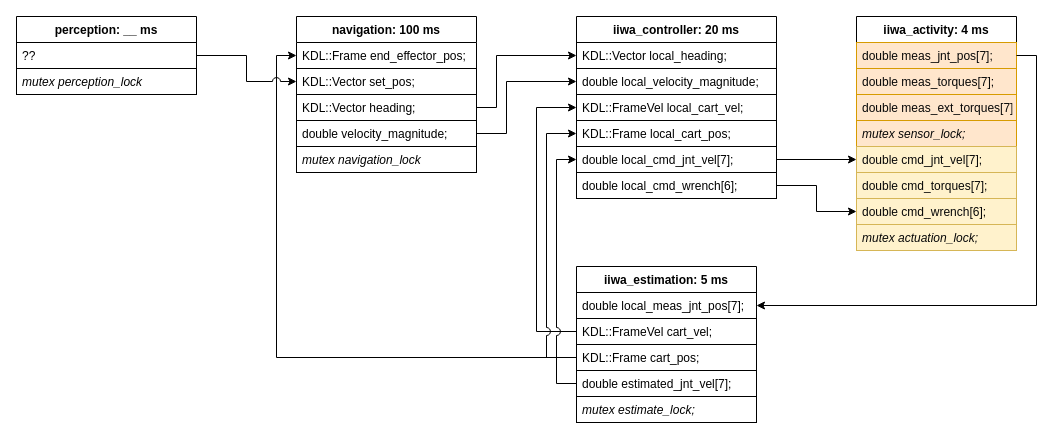
This is docs/activity_architecture.drawio from denizsoysal/ARCS, a draw.io file, before an edit. Source tidied: cells renumbered, new cells numbered last; positions are measured from the earlier drawing's top-left corner, leaving out a move shared by most shapes. Both pictures are drawn from the tidied source at 100%, with x=0, y=0 at pixel (16, 16).
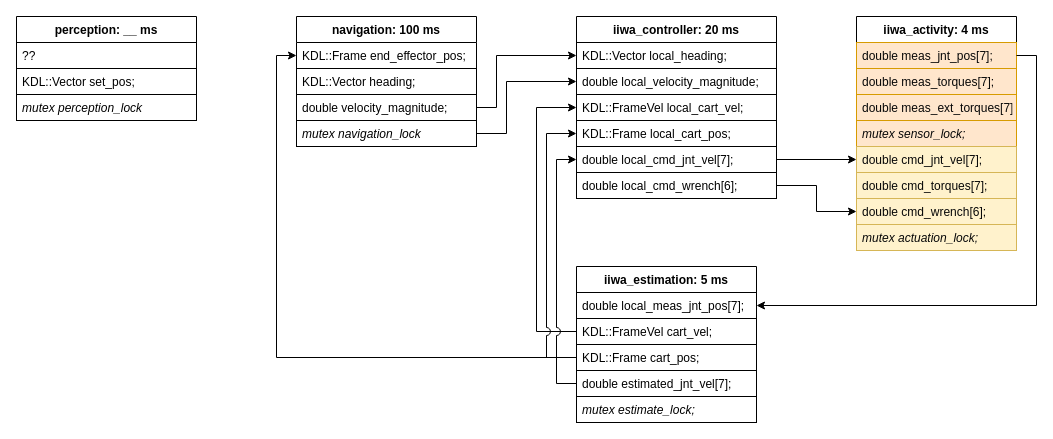
The same diagram, later.

Unchanged cells that the change refers to:
```xml
<mxCell id="40" value="??" style="text;strokeColor=default;fillColor=none;align=left;verticalAlign=top;spacingLeft=4;spacingRight=4;overflow=hidden;points=[[0,0.5],[1,0.5]];portConstraint=eastwest;" parent="39" vertex="1">
  <mxGeometry y="26" width="180" height="26" as="geometry" />
</mxCell>
```

The edit, as a diff of the source:
```diff
@@
     <mxCell id="18" value="navigation: 100 ms" style="swimlane;fontStyle=1;align=center;verticalAlign=top;horizontal=1;startSize=26;rotation=0;" parent="1" vertex="1">
-      <mxGeometry x="280" width="180" height="156" as="geometry" />
+      <mxGeometry x="280" width="180" height="130" as="geometry" />
     </mxCell>
@@
-    <mxCell id="20" value="KDL::Vector set_pos;" style="text;strokeColor=default;fillColor=none;align=left;verticalAlign=top;spacingLeft=4;spacingRight=4;overflow=hidden;points=[[0,0.5],[1,0.5]];portConstraint=eastwest;" parent="18" vertex="1">
-      <mxGeometry y="52" width="180" height="26" as="geometry" />
-    </mxCell>
-    <mxCell id="21" value="KDL::Vector heading;" style="text;strokeColor=none;fillColor=none;align=left;verticalAlign=top;spacingLeft=4;spacingRight=4;overflow=hidden;points=[[0,0.5],[1,0.5]];portConstraint=eastwest;" parent="18" vertex="1">
-      <mxGeometry y="78" width="180" height="26" as="geometry" />
+    <mxCell id="21" value="KDL::Vector heading;" style="text;strokeColor=default;fillColor=none;align=left;verticalAlign=top;spacingLeft=4;spacingRight=4;overflow=hidden;points=[[0,0.5],[1,0.5]];portConstraint=eastwest;" parent="18" vertex="1">
+      <mxGeometry y="52" width="180" height="26" as="geometry" />
     </mxCell>
     <mxCell id="22" value="double velocity_magnitude;" style="text;strokeColor=default;fillColor=none;align=left;verticalAlign=top;spacingLeft=4;spacingRight=4;overflow=hidden;points=[[0,0.5],[1,0.5]];portConstraint=eastwest;" parent="18" vertex="1">
-      <mxGeometry y="104" width="180" height="26" as="geometry" />
+      <mxGeometry y="78" width="180" height="26" as="geometry" />
     </mxCell>
     <mxCell id="23" value="mutex navigation_lock" style="text;strokeColor=default;fillColor=none;align=left;verticalAlign=top;spacingLeft=4;spacingRight=4;overflow=hidden;fontStyle=2;" parent="18" vertex="1">
-      <mxGeometry y="130" width="180" height="26" as="geometry" />
+      <mxGeometry y="104" width="180" height="26" as="geometry" />
     </mxCell>
@@
     <mxCell id="39" value="perception: __ ms" style="swimlane;fontStyle=1;align=center;verticalAlign=top;horizontal=1;startSize=26;rotation=0;" parent="1" vertex="1">
-      <mxGeometry width="180" height="78" as="geometry" />
+      <mxGeometry width="180" height="104" as="geometry" />
     </mxCell>
@@
+    <mxCell id="20" value="KDL::Vector set_pos;" style="text;strokeColor=default;fillColor=none;align=left;verticalAlign=top;spacingLeft=4;spacingRight=4;overflow=hidden;points=[[0,0.5],[1,0.5]];portConstraint=eastwest;" parent="39" vertex="1">
+      <mxGeometry y="52" width="180" height="26" as="geometry" />
+    </mxCell>
     <mxCell id="41" value="mutex perception_lock" style="text;strokeColor=default;fillColor=none;align=left;verticalAlign=top;spacingLeft=4;spacingRight=4;overflow=hidden;fontStyle=2;" parent="39" vertex="1">
-      <mxGeometry y="52" width="180" height="26" as="geometry" />
+      <mxGeometry y="78" width="180" height="26" as="geometry" />
     </mxCell>
-    <mxCell id="42" style="edgeStyle=orthogonalEdgeStyle;rounded=0;jumpStyle=arc;jumpSize=8;jettySize=auto;html=1;exitX=1;exitY=0.5;exitDx=0;exitDy=0;entryX=0;entryY=0.5;entryDx=0;entryDy=0;fontColor=#080808;" parent="1" edge="1" source="40" target="20">
-      <mxGeometry relative="1" as="geometry" />
-    </mxCell>
```
